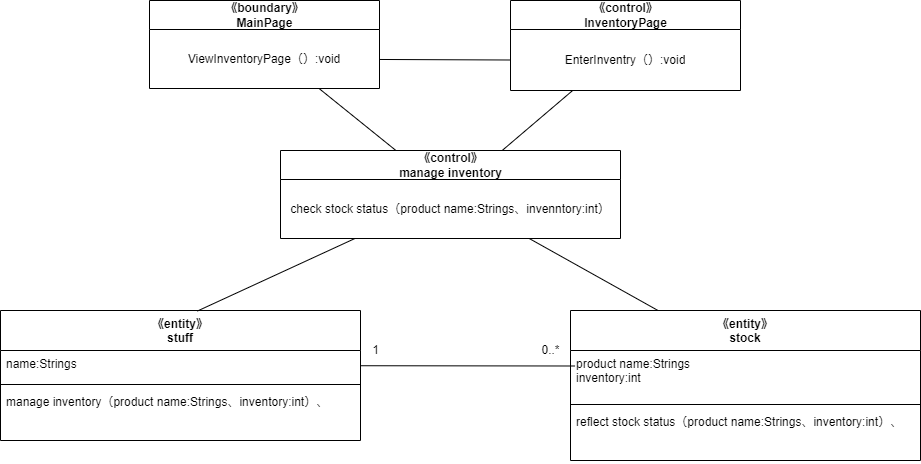
The draw.io diagram psp4/設計モデルのクラス/設計モデルクラス図_在庫管理.drawio.png in MasakiHiguchi/---, before a commit. Source tidied: cells renumbered, new cells last; positions are measured from the earlier drawing's top-left corner, leaving out a move shared by most shapes.
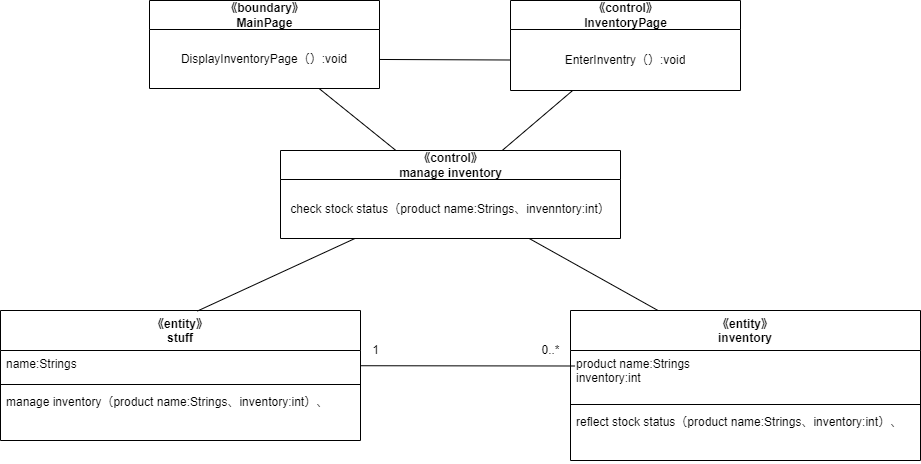
After the change.

Change to the diagram source:
```diff
@@ -14,7 +14,7 @@
     <mxCell id="5" value="manage inventory（product name:Strings、inventory:int）、" style="text;strokeColor=none;fillColor=none;align=left;verticalAlign=top;spacingLeft=4;spacingRight=4;overflow=hidden;" parent="2" vertex="1">
       <mxGeometry y="78" width="360" height="52" as="geometry" />
     </mxCell>
-    <mxCell id="6" value="《entity》&#10;stock" style="swimlane;fontStyle=1;align=center;verticalAlign=top;horizontal=1;startSize=40;" parent="1" vertex="1">
+    <mxCell id="6" value="《entity》&#10;inventory" style="swimlane;fontStyle=1;align=center;verticalAlign=top;horizontal=1;startSize=40;" parent="1" vertex="1">
       <mxGeometry x="570" y="310" width="350" height="150" as="geometry" />
     </mxCell>
     <mxCell id="7" value="product name:Strings&#10;inventory:int" style="text;strokeColor=none;fillColor=none;align=left;verticalAlign=top;spacingLeft=4;spacingRight=4;overflow=hidden;points=[[0,0.5],[1,0.5]];portConstraint=eastwest;" parent="6" vertex="1">
@@ -53,7 +53,7 @@
     <mxCell id="18" value="《boundary》&lt;br&gt;MainPage" style="swimlane;fontStyle=1;align=center;verticalAlign=middle;horizontal=1;startSize=29;html=1;" parent="1" vertex="1">
       <mxGeometry x="149" width="230" height="88" as="geometry" />
     </mxCell>
-    <mxCell id="19" value="ViewInventoryPage（）:void" style="text;html=1;strokeColor=none;fillColor=none;align=center;verticalAlign=middle;spacingLeft=4;spacingRight=4;overflow=hidden;points=[[0,0.5],[1,0.5]];portConstraint=eastwest;" parent="18" vertex="1">
+    <mxCell id="19" value="DisplayInventoryPage（）:void" style="text;html=1;strokeColor=none;fillColor=none;align=center;verticalAlign=middle;spacingLeft=4;spacingRight=4;overflow=hidden;points=[[0,0.5],[1,0.5]];portConstraint=eastwest;" parent="18" vertex="1">
       <mxGeometry y="29" width="230" height="59" as="geometry" />
     </mxCell>
     <mxCell id="20" style="edgeStyle=none;html=1;endArrow=none;endFill=0;" parent="1" edge="1" source="21" target="15">
```
